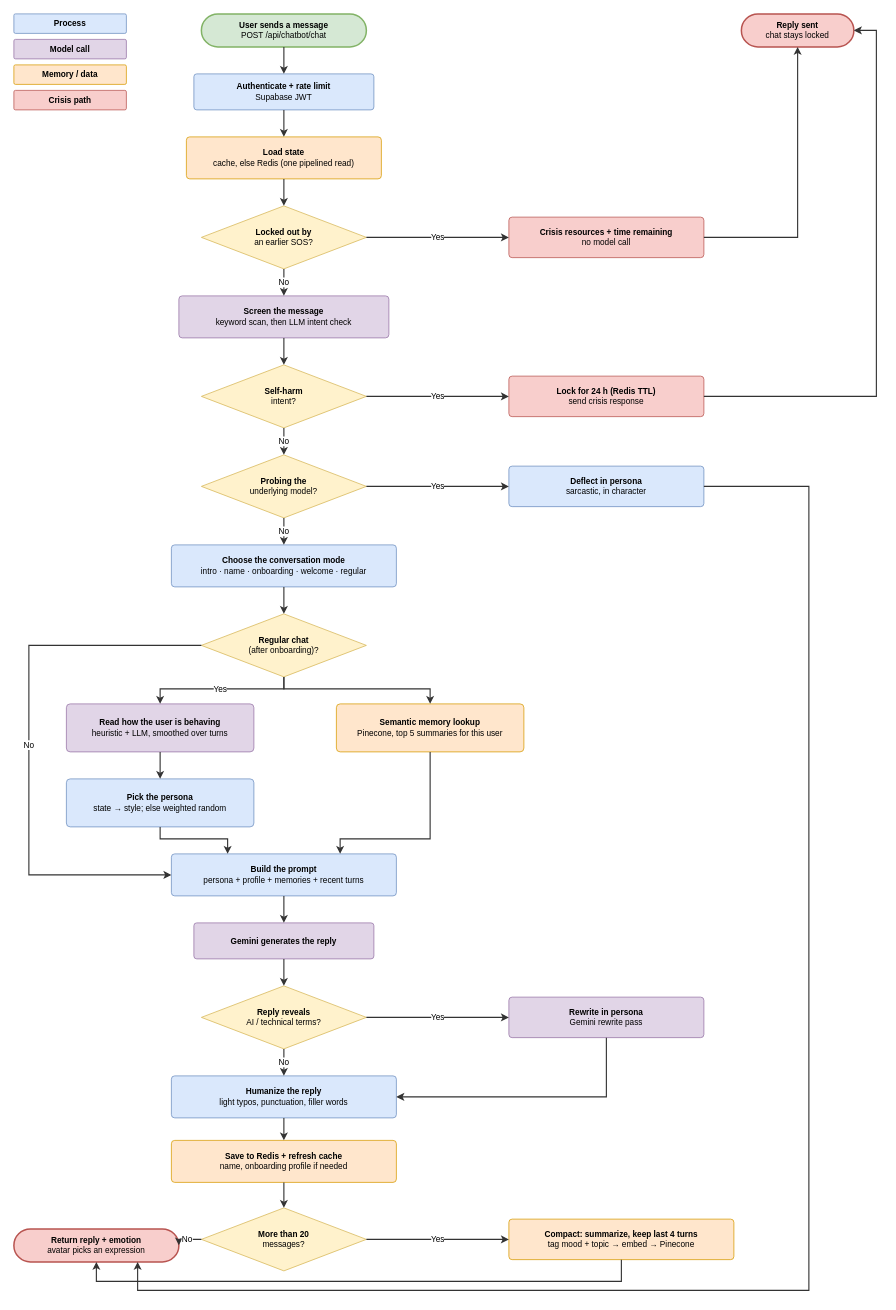
Above: page "Chat message flow" (2 of 2) of docs/architecture.drawio in Lakshaykhatri231/Lumaya (draw.io), before the change. Source tidied: cells renumbered, new cells numbered last; positions are measured from the earlier drawing's top-left corner, leaving out a move shared by most shapes. Both pictures are drawn from the tidied source at 75%, with x=0, y=0 at pixel (14, 14).
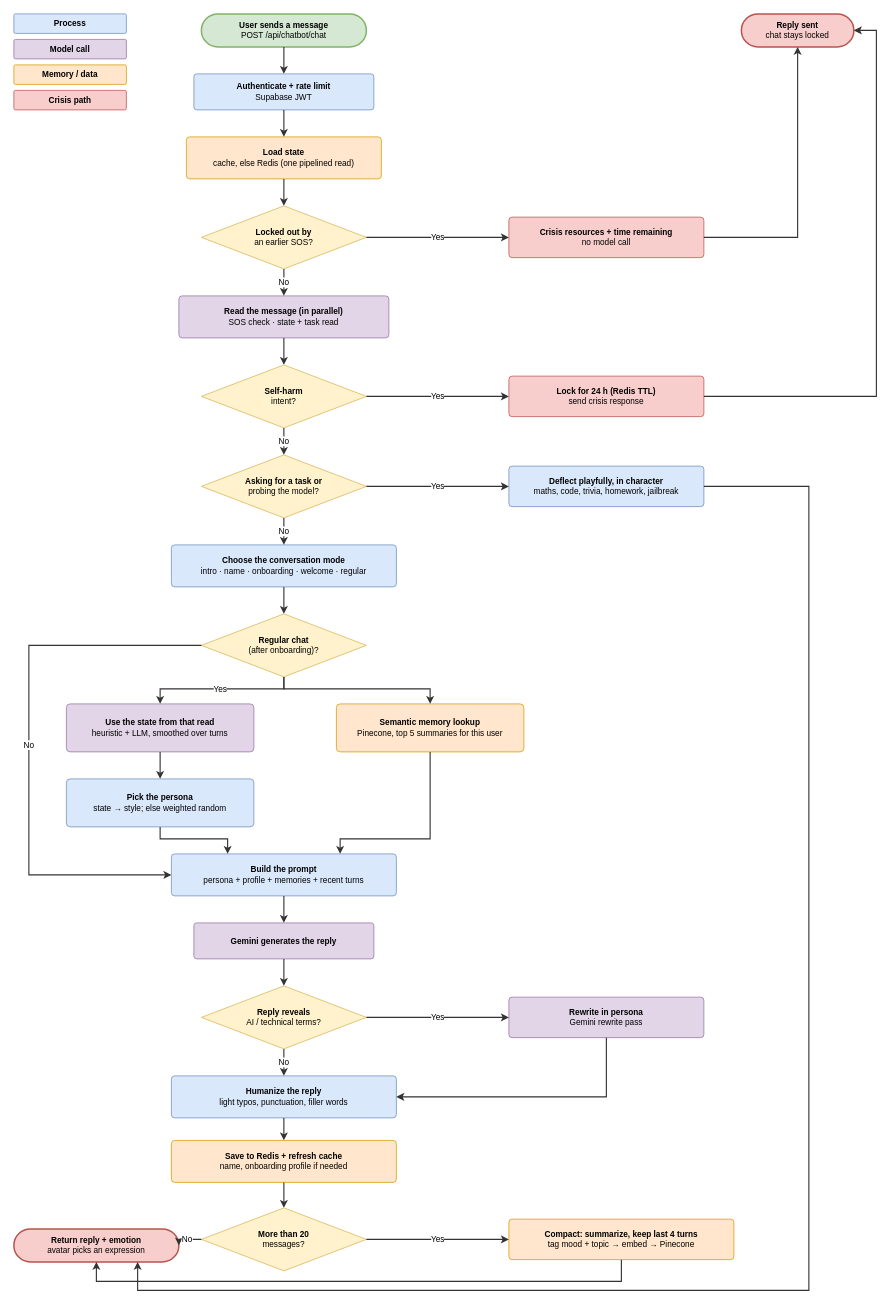
Above is the later version.

Diff of the diagram source:
```diff
@@
-    <mxCell id="7" value="&lt;b&gt;Screen the message&lt;/b&gt;&lt;br&gt;keyword scan, then LLM intent check" style="rounded=1;arcSize=8;whiteSpace=wrap;html=1;fillColor=#e1d5e7;strokeColor=#9673a6;fontSize=11;" parent="1" vertex="1">
+    <mxCell id="7" value="&lt;b&gt;Read the message (in parallel)&lt;/b&gt;&lt;br&gt;SOS check  ·  state + task read" style="rounded=1;arcSize=8;whiteSpace=wrap;html=1;fillColor=#e1d5e7;strokeColor=#9673a6;fontSize=11;" parent="1" vertex="1">
       <mxGeometry x="220" y="376" width="280" height="56" as="geometry" />
     </mxCell>
@@
-    <mxCell id="10" value="&lt;b&gt;Probing the&lt;/b&gt;&lt;br&gt;underlying model?" style="rhombus;whiteSpace=wrap;html=1;fillColor=#fff2cc;strokeColor=#d6b656;fontSize=11;" parent="1" vertex="1">
+    <mxCell id="10" value="&lt;b&gt;Asking for a task or&lt;/b&gt;&lt;br&gt;probing the model?" style="rhombus;whiteSpace=wrap;html=1;fillColor=#fff2cc;strokeColor=#d6b656;fontSize=11;" parent="1" vertex="1">
       <mxGeometry x="250" y="588" width="220" height="84" as="geometry" />
     </mxCell>
-    <mxCell id="11" value="&lt;b&gt;Deflect in persona&lt;/b&gt;&lt;br&gt;sarcastic, in character" style="rounded=1;arcSize=8;whiteSpace=wrap;html=1;fillColor=#dae8fc;strokeColor=#6c8ebf;fontSize=11;" parent="1" vertex="1">
+    <mxCell id="11" value="&lt;b&gt;Deflect playfully, in character&lt;/b&gt;&lt;br&gt;maths, code, trivia, homework, jailbreak" style="rounded=1;arcSize=8;whiteSpace=wrap;html=1;fillColor=#dae8fc;strokeColor=#6c8ebf;fontSize=11;" parent="1" vertex="1">
       <mxGeometry x="660" y="603" width="260" height="54" as="geometry" />
     </mxCell>
@@
-    <mxCell id="14" value="&lt;b&gt;Read how the user is behaving&lt;/b&gt;&lt;br&gt;heuristic + LLM, smoothed over turns" style="rounded=1;arcSize=8;whiteSpace=wrap;html=1;fillColor=#e1d5e7;strokeColor=#9673a6;fontSize=11;" parent="1" vertex="1">
+    <mxCell id="14" value="&lt;b&gt;Use the state from that read&lt;/b&gt;&lt;br&gt;heuristic + LLM, smoothed over turns" style="rounded=1;arcSize=8;whiteSpace=wrap;html=1;fillColor=#e1d5e7;strokeColor=#9673a6;fontSize=11;" parent="1" vertex="1">
       <mxGeometry x="70" y="920" width="250" height="64" as="geometry" />
     </mxCell>
```
